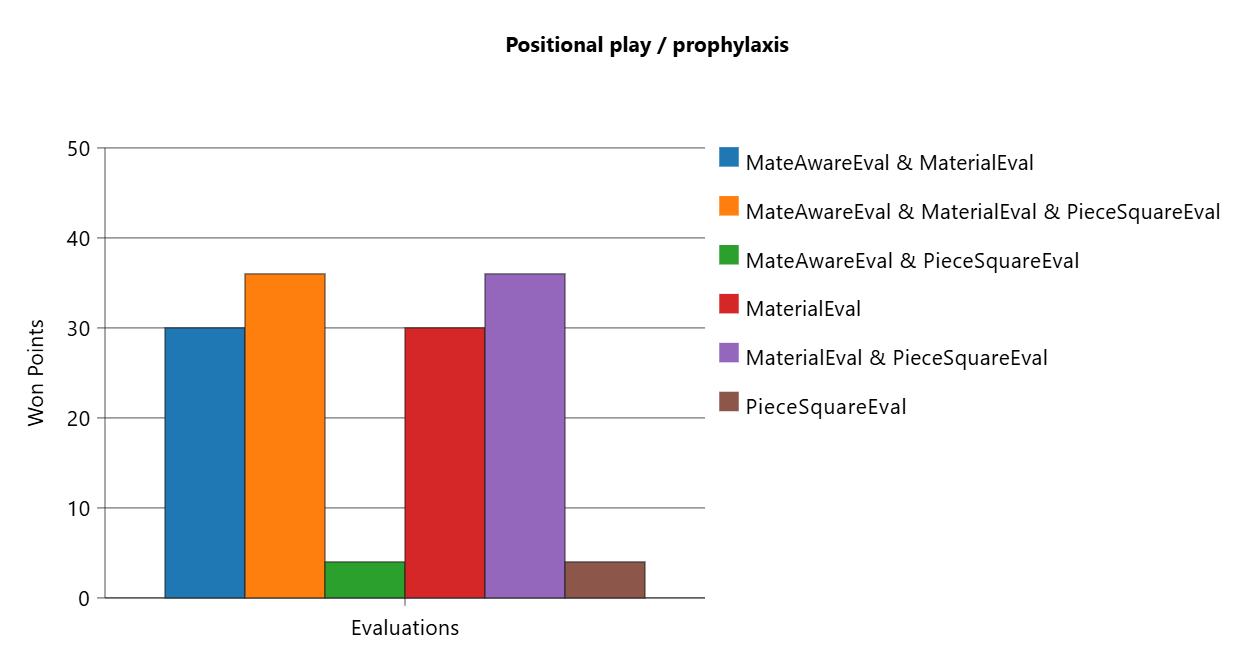
l2c0r3/blobfish keeps this PlantUML diagram as docs/evaluation/report/movequality/PositionalPlayProphylaxis.png. Above is the earlier version. Its source is kept beside it as docs/evaluation/report/movequality/PositionalPlayProphylaxis.puml. Source of this version:
```plantuml
@startchart

title
Positional play / prophylaxis
end title

h-axis [ Evaluations ]
v-axis "Won Points" 0 --> 50.0 spacing 10.0 grid

bar "MateAwareEval & MaterialEval"[ 30.0 ] #1F77B4
bar "MateAwareEval & MaterialEval & PieceSquareEval"[ 36.0 ] #FF7F0E
bar "MateAwareEval & PieceSquareEval"[ 4.0 ] #2CA02C
bar "MaterialEval"[ 30.0 ] #D62728
bar "MaterialEval & PieceSquareEval"[ 36.0 ] #9467BD
bar "PieceSquareEval"[ 4.0 ] #8C564B

legend right
@endchart
```
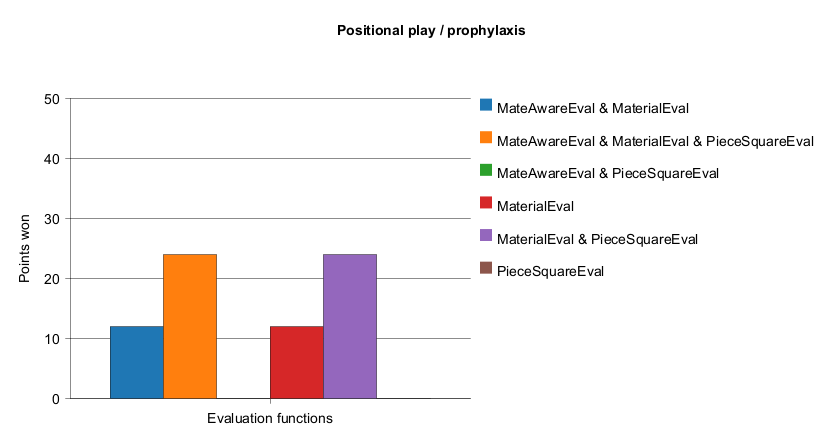
Above is the later version.

What changed in the source:
```diff
@@ -4,15 +4,15 @@
 Positional play / prophylaxis
 end title
 
-h-axis [ Evaluations ]
-v-axis "Won Points" 0 --> 50.0 spacing 10.0 grid
+h-axis [ Evaluation functions ]
+v-axis "Points won" 0 --> 50.0 spacing 10.0 grid
 
-bar "MateAwareEval & MaterialEval"[ 30.0 ] #1F77B4
-bar "MateAwareEval & MaterialEval & PieceSquareEval"[ 36.0 ] #FF7F0E
-bar "MateAwareEval & PieceSquareEval"[ 4.0 ] #2CA02C
-bar "MaterialEval"[ 30.0 ] #D62728
-bar "MaterialEval & PieceSquareEval"[ 36.0 ] #9467BD
-bar "PieceSquareEval"[ 4.0 ] #8C564B
+bar "MateAwareEval & MaterialEval"[ 12.0 ] #1F77B4
+bar "MateAwareEval & MaterialEval & PieceSquareEval"[ 24.0 ] #FF7F0E
+bar "MateAwareEval & PieceSquareEval"[ 1.0E-5 ] #2CA02C
+bar "MaterialEval"[ 12.0 ] #D62728
+bar "MaterialEval & PieceSquareEval"[ 24.0 ] #9467BD
+bar "PieceSquareEval"[ 1.0E-5 ] #8C564B
 
 legend right
 @endchart
```
